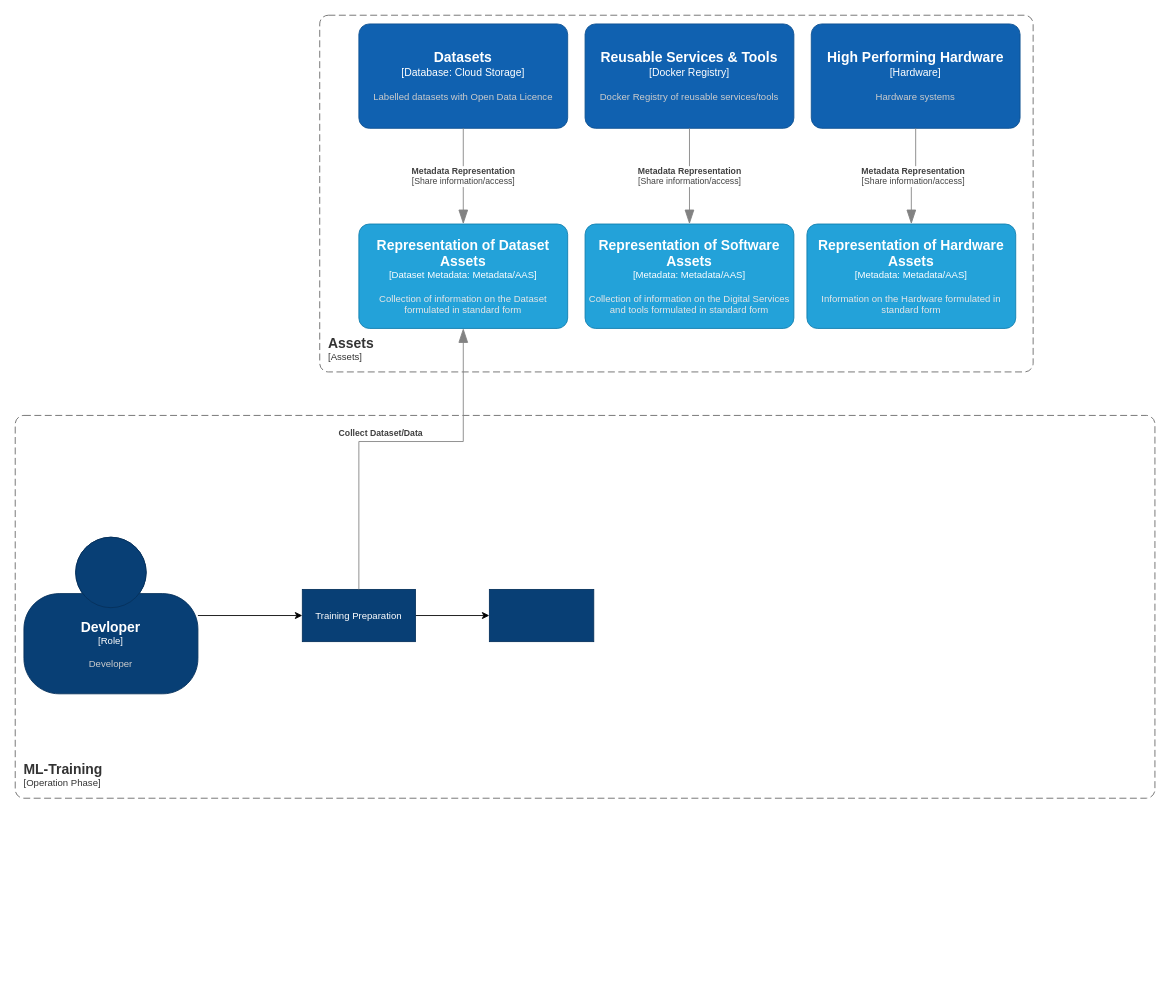
Before: ML Workflow.drawio in jbantony/drawio, a draw.io diagram. Source tidied: cells renumbered, new cells numbered last; positions are measured from the earlier drawing's top-left corner, leaving out a move shared by most shapes. Both pictures are drawn from the tidied source at 87%, with x=0, y=0 at pixel (15, 15).
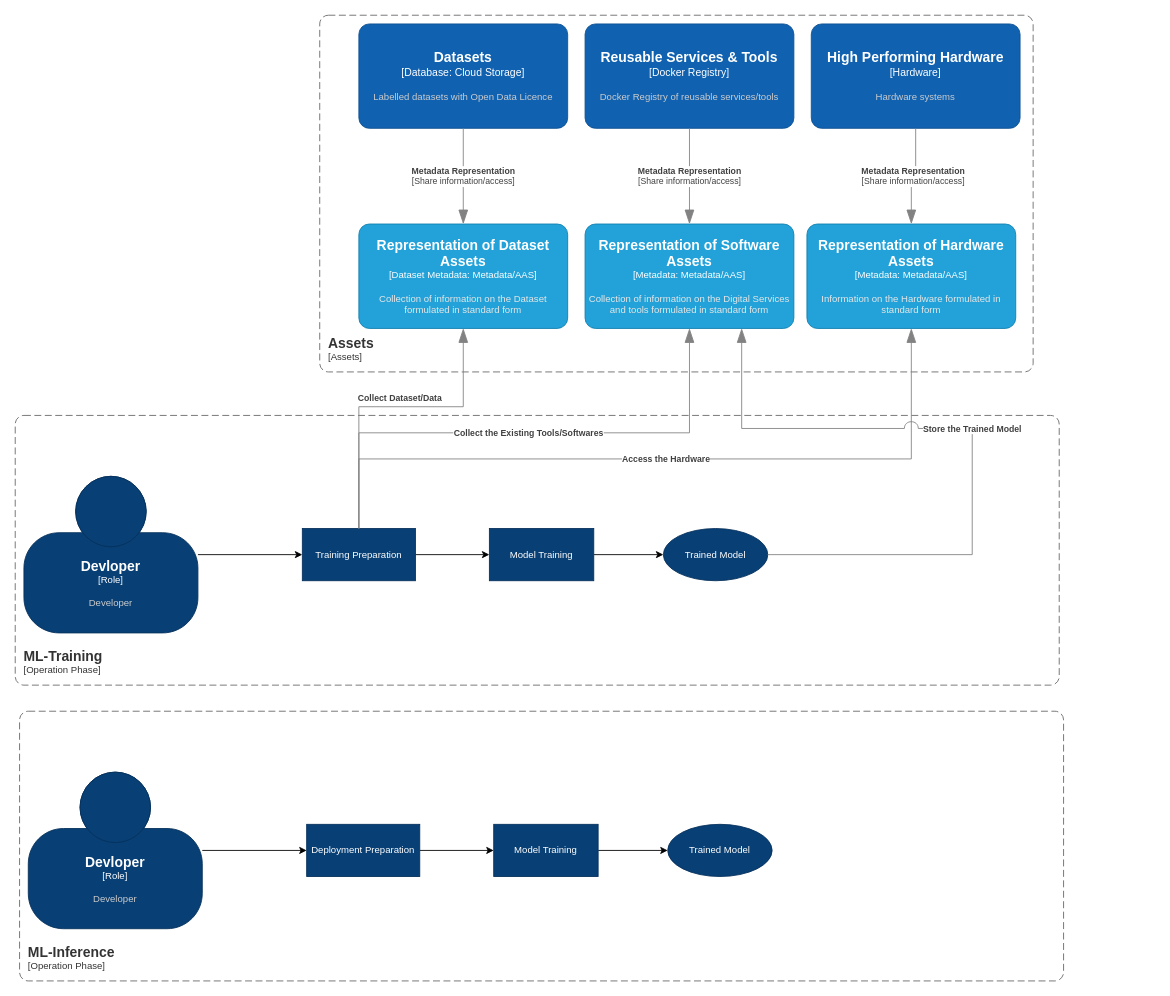
The same diagram, later.

The change refers to these unchanged cells:
```xml
<object id="6" label="&lt;font style=&quot;font-size: 16px&quot;&gt;&lt;b&gt;%c4Name%&lt;/b&gt;&lt;/font&gt;&lt;div&gt;[%c4Type%: %c4Technology%]&lt;/div&gt;&lt;br&gt;&lt;div&gt;&lt;font style=&quot;font-size: 11px&quot;&gt;&lt;font color=&quot;#E6E6E6&quot;&gt;%c4Description%&lt;/font&gt;&lt;/div&gt;" c4Description="Collection of information on the Dataset formulated in standard form" c4Name="Representation of Dataset Assets" c4Technology="Metadata/AAS" c4Type="Dataset Metadata" placeholders="1">
  <mxCell style="rounded=1;whiteSpace=wrap;html=1;fontSize=11;labelBackgroundColor=none;fillColor=#23A2D9;fontColor=#ffffff;align=center;arcSize=10;strokeColor=#0E7DAD;points=[[0.25,0,0],[0.5,0,0],[0.75,0,0],[1,0.25,0],[1,0.5,0],[1,0.75,0],[0.75,1,0],[0.5,1,0],[0.25,1,0],[0,0.75,0],[0,0.5,0],[0,0.25,0]];" parent="1" vertex="1">
    <mxGeometry x="395" y="240" width="240" height="120" as="geometry" />
  </mxCell>
</object>
<object id="8" label="&lt;font style=&quot;font-size: 16px&quot;&gt;&lt;b&gt;%c4Name%&lt;/b&gt;&lt;/font&gt;&lt;div&gt;[%c4Type%: %c4Technology%]&lt;/div&gt;&lt;br&gt;&lt;div&gt;&lt;font style=&quot;font-size: 11px&quot;&gt;&lt;font color=&quot;#E6E6E6&quot;&gt;%c4Description%&lt;/font&gt;&lt;/div&gt;" c4Description="Collection of information on the Digital Services and tools formulated in standard form" c4Name="Representation of Software Assets" c4Technology="Metadata/AAS" c4Type="Metadata" placeholders="1">
  <mxCell style="rounded=1;whiteSpace=wrap;html=1;fontSize=11;labelBackgroundColor=none;fillColor=#23A2D9;fontColor=#ffffff;align=center;arcSize=10;strokeColor=#0E7DAD;points=[[0.25,0,0],[0.5,0,0],[0.75,0,0],[1,0.25,0],[1,0.5,0],[1,0.75,0],[0.75,1,0],[0.5,1,0],[0.25,1,0],[0,0.75,0],[0,0.5,0],[0,0.25,0]];" parent="1" vertex="1">
    <mxGeometry x="655" y="240" width="240" height="120" as="geometry" />
  </mxCell>
</object>
<object id="10" label="&lt;font style=&quot;font-size: 16px&quot;&gt;&lt;b&gt;%c4Name%&lt;/b&gt;&lt;/font&gt;&lt;div&gt;[%c4Type%: %c4Technology%]&lt;/div&gt;&lt;br&gt;&lt;div&gt;&lt;font style=&quot;font-size: 11px&quot;&gt;&lt;font color=&quot;#E6E6E6&quot;&gt;%c4Description%&lt;/font&gt;&lt;/div&gt;" c4Description="Information on the Hardware formulated in standard form" c4Name="Representation of Hardware Assets" c4Technology="Metadata/AAS" c4Type="Metadata" placeholders="1">
  <mxCell style="rounded=1;whiteSpace=wrap;html=1;fontSize=11;labelBackgroundColor=none;fillColor=#23A2D9;fontColor=#ffffff;align=center;arcSize=10;strokeColor=#0E7DAD;points=[[0.25,0,0],[0.5,0,0],[0.75,0,0],[1,0.25,0],[1,0.5,0],[1,0.75,0],[0.75,1,0],[0.5,1,0],[0.25,1,0],[0,0.75,0],[0,0.5,0],[0,0.25,0]];" parent="1" vertex="1">
    <mxGeometry x="910" y="240" width="240" height="120" as="geometry" />
  </mxCell>
</object>
```

Change to the diagram source:
```diff
@@
     <object id="12" label="&lt;font style=&quot;font-size: 16px&quot;&gt;&lt;b&gt;&lt;div style=&quot;text-align: left&quot;&gt;%c4Name%&lt;/div&gt;&lt;/b&gt;&lt;/font&gt;&lt;div style=&quot;text-align: left&quot;&gt;[%c4Application%]&lt;/div&gt;" c4Application="Operation Phase" c4Name="ML-Training" placeholders="1">
       <mxCell style="rounded=1;fontSize=11;whiteSpace=wrap;html=1;dashed=1;arcSize=20;fillColor=none;strokeColor=#666666;fontColor=#333333;labelBackgroundColor=none;align=left;verticalAlign=bottom;labelBorderColor=none;spacingTop=0;spacing=10;dashPattern=8 4;perimeter=rectanglePerimeter;noLabel=0;labelPadding=0;absoluteArcSize=1;" parent="1" vertex="1">
-        <mxGeometry y="460" width="1310" height="440" as="geometry" />
+        <mxGeometry y="460" width="1200" height="310" as="geometry" />
       </mxCell>
     </object>
@@
     <object id="14" label="&lt;font style=&quot;font-size: 16px&quot;&gt;&lt;b&gt;%c4Name%&lt;/b&gt;&lt;/font&gt;&lt;div&gt;[%c4Type%]&lt;/div&gt;&lt;br&gt;&lt;div&gt;&lt;font style=&quot;font-size: 11px&quot;&gt;&lt;font color=&quot;#cccccc&quot;&gt;%c4Description%&lt;/font&gt;&lt;/div&gt;" c4Description="Developer" c4Name="Devloper" c4Type="Role" placeholders="1">
       <mxCell style="html=1;fontSize=11;dashed=0;whiteSpace=wrap;fillColor=#083F75;strokeColor=#06315C;fontColor=#ffffff;shape=mxgraph.c4.person2;align=center;points=[[0.5,0,0],[1,0.5,0],[1,0.75,0],[0.75,1,0],[0.5,1,0],[0.25,1,0],[0,0.75,0],[0,0.5,0]];" parent="1" vertex="1">
-        <mxGeometry x="10" y="600" width="200" height="180" as="geometry" />
+        <mxGeometry x="10" y="530" width="200" height="180" as="geometry" />
       </mxCell>
     </object>
@@
     <mxCell id="16" value="Training Preparation" style="whiteSpace=wrap;html=1;fontSize=11;fillColor=#083F75;strokeColor=#06315C;fontColor=#ffffff;dashed=0;" parent="1" vertex="1">
-      <mxGeometry x="330" y="660" width="130" height="60" as="geometry" />
+      <mxGeometry x="330" y="590" width="130" height="60" as="geometry" />
     </mxCell>
     <object id="17" label="&lt;div style=&quot;text-align: left&quot;&gt;&lt;div style=&quot;text-align: center&quot;&gt;&lt;b&gt;%c4Description%&lt;/b&gt;&lt;/div&gt;" c4Description="Collect Dataset/Data" placeholders="1">
       <mxCell style="endArrow=blockThin;html=1;fontSize=10;fontColor=#404040;strokeWidth=1;endFill=1;strokeColor=#828282;elbow=vertical;endSize=14;startSize=14;jumpStyle=arc;jumpSize=16;rounded=0;edgeStyle=orthogonalEdgeStyle;exitX=0.5;exitY=0;exitDx=0;exitDy=0;entryX=0.5;entryY=1;entryDx=0;entryDy=0;entryPerimeter=0;" parent="1" edge="1" source="16" target="6">
-        <mxGeometry x="-0.07" y="10" relative="1" as="geometry">
+        <mxGeometry x="0.07" y="10" relative="1" as="geometry">
           <Array as="points">
-            <mxPoint x="395" y="490" />
-            <mxPoint x="515" y="490" />
+            <mxPoint x="395" y="450" />
+            <mxPoint x="515" y="450" />
           </Array>
         </mxGeometry>
       </mxCell>
     </object>
+    <mxCell id="19" style="edgeStyle=orthogonalEdgeStyle;rounded=0;jettySize=auto;html=1;" parent="1" edge="1" source="18" target="22">
+      <mxGeometry relative="1" as="geometry" />
+    </mxCell>
-    <mxCell id="18" style="whiteSpace=wrap;html=1;fontSize=11;fillColor=#083F75;strokeColor=#06315C;fontColor=#ffffff;dashed=0;" parent="1" vertex="1">
-      <mxGeometry x="545" y="660" width="120" height="60" as="geometry" />
+    <mxCell id="18" value="Model Training" style="whiteSpace=wrap;html=1;fontSize=11;fillColor=#083F75;strokeColor=#06315C;fontColor=#ffffff;dashed=0;" parent="1" vertex="1">
+      <mxGeometry x="545" y="590" width="120" height="60" as="geometry" />
     </mxCell>
+    <object id="20" label="&lt;div style=&quot;text-align: left&quot;&gt;&lt;div style=&quot;text-align: center&quot;&gt;&lt;b&gt;%c4Description%&lt;/b&gt;&lt;/div&gt;" c4Description="Collect the Existing Tools/Softwares" placeholders="1">
+      <mxCell style="endArrow=blockThin;html=1;fontSize=10;fontColor=#404040;strokeWidth=1;endFill=1;strokeColor=#828282;elbow=vertical;endSize=14;startSize=14;jumpStyle=arc;jumpSize=16;rounded=0;edgeStyle=orthogonalEdgeStyle;entryX=0.5;entryY=1;entryDx=0;entryDy=0;entryPerimeter=0;exitX=0.5;exitY=0;exitDx=0;exitDy=0;" parent="1" edge="1" source="16" target="8">
+        <mxGeometry relative="1" as="geometry">
+          <Array as="points">
+            <mxPoint x="395" y="480" />
+            <mxPoint x="775" y="480" />
+          </Array>
+        </mxGeometry>
+      </mxCell>
+    </object>
+    <object id="21" label="&lt;div style=&quot;text-align: left&quot;&gt;&lt;div style=&quot;text-align: center&quot;&gt;&lt;b&gt;%c4Description%&lt;/b&gt;&lt;/div&gt;" c4Description="Access the Hardware" placeholders="1">
+      <mxCell style="endArrow=blockThin;html=1;fontSize=10;fontColor=#404040;strokeWidth=1;endFill=1;strokeColor=#828282;elbow=vertical;endSize=14;startSize=14;jumpStyle=arc;jumpSize=16;rounded=0;edgeStyle=orthogonalEdgeStyle;entryX=0.5;entryY=1;entryDx=0;entryDy=0;entryPerimeter=0;exitX=0.5;exitY=0;exitDx=0;exitDy=0;" parent="1" edge="1" source="16" target="10">
+        <mxGeometry relative="1" as="geometry">
+          <Array as="points">
+            <mxPoint x="395" y="510" />
+            <mxPoint x="1030" y="510" />
+          </Array>
+        </mxGeometry>
+      </mxCell>
+    </object>
+    <mxCell id="22" value="Trained Model" style="ellipse;whiteSpace=wrap;html=1;fontSize=11;fillColor=#083F75;strokeColor=#06315C;fontColor=#ffffff;dashed=0;" parent="1" vertex="1">
+      <mxGeometry x="745" y="590" width="120" height="60" as="geometry" />
+    </mxCell>
+    <object id="23" label="&lt;div style=&quot;text-align: left&quot;&gt;&lt;div style=&quot;text-align: center&quot;&gt;&lt;b&gt;%c4Description%&lt;/b&gt;&lt;/div&gt;" c4Description="Store the Trained Model" placeholders="1">
+      <mxCell style="endArrow=blockThin;html=1;fontSize=10;fontColor=#404040;strokeWidth=1;endFill=1;strokeColor=#828282;elbow=vertical;endSize=14;startSize=14;jumpStyle=arc;jumpSize=16;rounded=0;edgeStyle=orthogonalEdgeStyle;entryX=0.75;entryY=1;entryDx=0;entryDy=0;entryPerimeter=0;exitX=1;exitY=0.5;exitDx=0;exitDy=0;" parent="1" edge="1" source="22" target="8">
+        <mxGeometry relative="1" as="geometry">
+          <Array as="points">
+            <mxPoint x="1100" y="620" />
+            <mxPoint x="1100" y="475" />
+            <mxPoint x="835" y="475" />
+          </Array>
+        </mxGeometry>
+      </mxCell>
+    </object>
+    <object id="24" label="&lt;font style=&quot;font-size: 16px&quot;&gt;&lt;b&gt;&lt;div style=&quot;text-align: left&quot;&gt;%c4Name%&lt;/div&gt;&lt;/b&gt;&lt;/font&gt;&lt;div style=&quot;text-align: left&quot;&gt;[%c4Application%]&lt;/div&gt;" c4Application="Operation Phase" c4Name="ML-Inference" placeholders="1">
+      <mxCell style="rounded=1;fontSize=11;whiteSpace=wrap;html=1;dashed=1;arcSize=20;fillColor=none;strokeColor=#666666;fontColor=#333333;labelBackgroundColor=none;align=left;verticalAlign=bottom;labelBorderColor=none;spacingTop=0;spacing=10;dashPattern=8 4;perimeter=rectanglePerimeter;noLabel=0;labelPadding=0;absoluteArcSize=1;" parent="1" vertex="1">
+        <mxGeometry x="5" y="800" width="1200" height="310" as="geometry" />
+      </mxCell>
+    </object>
+    <mxCell id="25" style="edgeStyle=orthogonalEdgeStyle;rounded=0;jettySize=auto;html=1;" parent="1" edge="1" source="26" target="28">
+      <mxGeometry relative="1" as="geometry" />
+    </mxCell>
+    <object id="26" label="&lt;font style=&quot;font-size: 16px&quot;&gt;&lt;b&gt;%c4Name%&lt;/b&gt;&lt;/font&gt;&lt;div&gt;[%c4Type%]&lt;/div&gt;&lt;br&gt;&lt;div&gt;&lt;font style=&quot;font-size: 11px&quot;&gt;&lt;font color=&quot;#cccccc&quot;&gt;%c4Description%&lt;/font&gt;&lt;/div&gt;" c4Description="Developer" c4Name="Devloper" c4Type="Role" placeholders="1">
+      <mxCell style="html=1;fontSize=11;dashed=0;whiteSpace=wrap;fillColor=#083F75;strokeColor=#06315C;fontColor=#ffffff;shape=mxgraph.c4.person2;align=center;points=[[0.5,0,0],[1,0.5,0],[1,0.75,0],[0.75,1,0],[0.5,1,0],[0.25,1,0],[0,0.75,0],[0,0.5,0]];" parent="1" vertex="1">
+        <mxGeometry x="15" y="870" width="200" height="180" as="geometry" />
+      </mxCell>
+    </object>
+    <mxCell id="27" style="edgeStyle=orthogonalEdgeStyle;rounded=0;jettySize=auto;html=1;" parent="1" edge="1" source="28" target="30">
+      <mxGeometry relative="1" as="geometry" />
+    </mxCell>
+    <mxCell id="28" value="Deployment Preparation" style="whiteSpace=wrap;html=1;fontSize=11;fillColor=#083F75;strokeColor=#06315C;fontColor=#ffffff;dashed=0;" parent="1" vertex="1">
+      <mxGeometry x="335" y="930" width="130" height="60" as="geometry" />
+    </mxCell>
+    <mxCell id="29" style="edgeStyle=orthogonalEdgeStyle;rounded=0;jettySize=auto;html=1;" parent="1" edge="1" source="30" target="31">
+      <mxGeometry relative="1" as="geometry" />
+    </mxCell>
+    <mxCell id="30" value="Model Training" style="whiteSpace=wrap;html=1;fontSize=11;fillColor=#083F75;strokeColor=#06315C;fontColor=#ffffff;dashed=0;" parent="1" vertex="1">
+      <mxGeometry x="550" y="930" width="120" height="60" as="geometry" />
+    </mxCell>
+    <mxCell id="31" value="Trained Model" style="ellipse;whiteSpace=wrap;html=1;fontSize=11;fillColor=#083F75;strokeColor=#06315C;fontColor=#ffffff;dashed=0;" parent="1" vertex="1">
+      <mxGeometry x="750" y="930" width="120" height="60" as="geometry" />
+    </mxCell>
```
